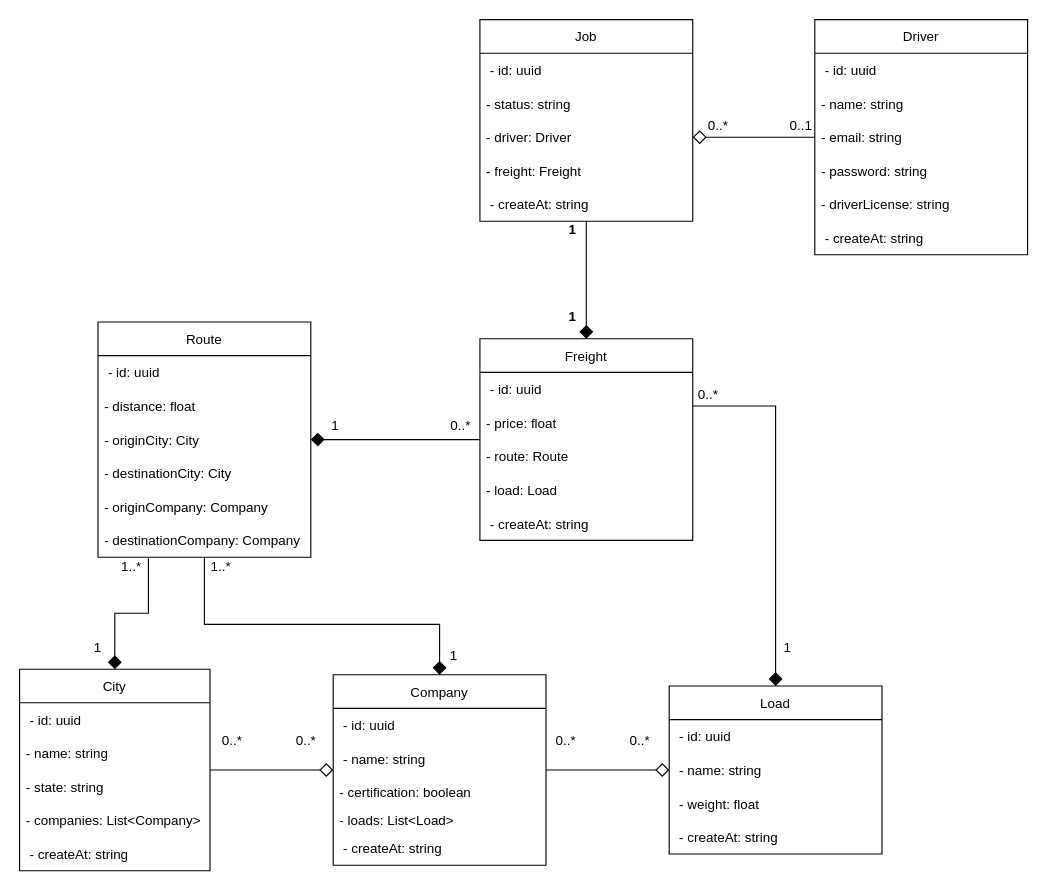
Earlier version of the draw.io diagram diagramaDeClasse-TecnologiaEmDesenvolvimentoDeSistemas.drawio (rafaelomodei/meufrete). Source tidied: cells renumbered, new cells numbered last; positions are measured from the earlier drawing's top-left corner, leaving out a move shared by most shapes. Both pictures are drawn from the tidied source at 112%, with x=0, y=0 at pixel (19, 19).
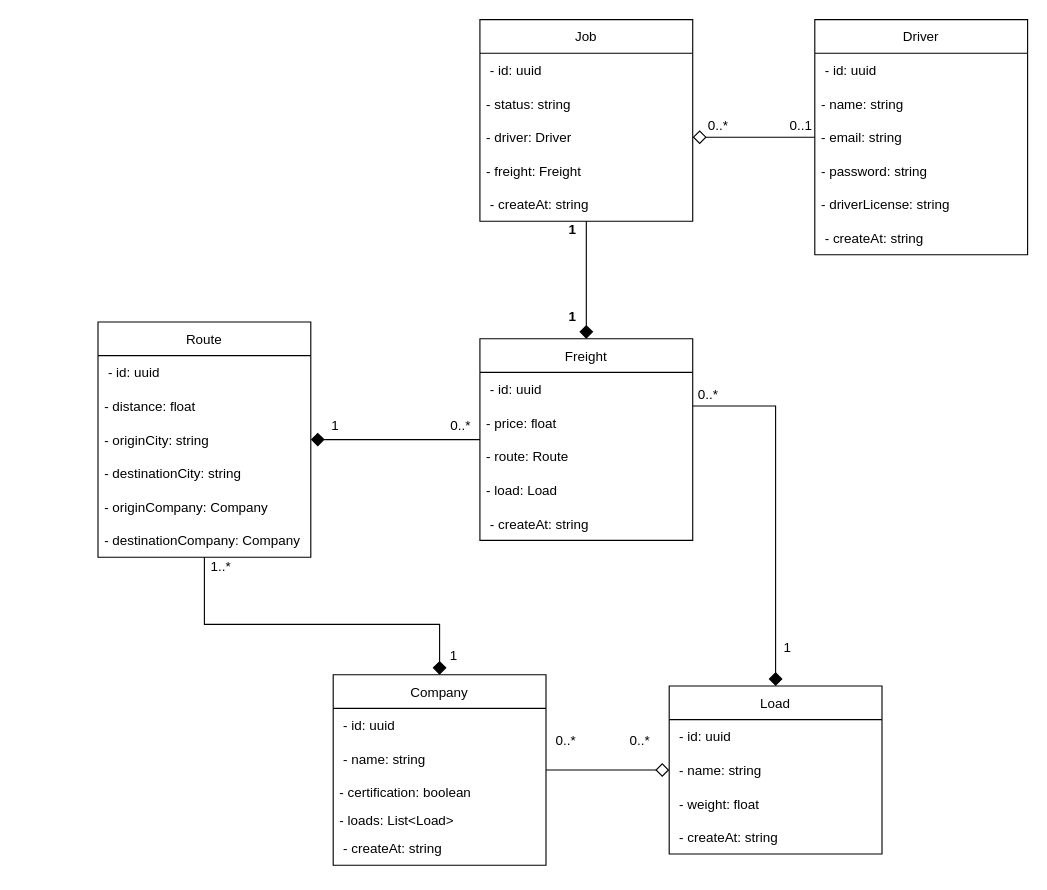
The same page after the edit.

The change refers to these unchanged cells:
```xml
<mxCell id="3" value="Company" style="swimlane;fontStyle=0;horizontal=1;startSize=30;" parent="1" vertex="1">
  <mxGeometry x="280" y="585" width="190" height="170" as="geometry" />
</mxCell>
<mxCell id="31" value="Route" style="swimlane;fontStyle=0;horizontal=1;startSize=30;" parent="1" vertex="1">
  <mxGeometry x="70" y="270" width="190" height="210" as="geometry" />
</mxCell>
<mxCell id="37" value="- destinationCompany: Company" style="text;strokeColor=none;fillColor=none;align=left;verticalAlign=middle;spacingLeft=4;spacingRight=4;overflow=hidden;points=[[0,0.5],[1,0.5]];portConstraint=eastwest;" parent="31" vertex="1">
  <mxGeometry y="180" width="190" height="30" as="geometry" />
</mxCell>
```

What changed in the source:
```diff
@@
-    <mxCell id="14" style="edgeStyle=orthogonalEdgeStyle;rounded=0;jettySize=auto;html=1;endSize=10;endArrow=diamond;endFill=0;" parent="1" edge="1" source="15" target="3">
-      <mxGeometry relative="1" as="geometry" />
-    </mxCell>
-    <mxCell id="15" value="City" style="swimlane;fontStyle=0;horizontal=1;startSize=30;" parent="1" vertex="1">
-      <mxGeometry y="580" width="170" height="180" as="geometry" />
-    </mxCell>
-    <mxCell id="16" value=" - id: uuid" style="text;strokeColor=none;fillColor=none;align=left;verticalAlign=middle;spacingLeft=4;spacingRight=4;overflow=hidden;" parent="15" vertex="1">
-      <mxGeometry y="30" width="170" height="30" as="geometry" />
-    </mxCell>
-    <mxCell id="17" value="- name: string" style="text;strokeColor=none;fillColor=none;align=left;verticalAlign=middle;spacingLeft=4;spacingRight=4;overflow=hidden;" parent="15" vertex="1">
-      <mxGeometry y="60" width="170" height="30" as="geometry" />
-    </mxCell>
-    <mxCell id="18" value="- state: string" style="text;strokeColor=none;fillColor=none;align=left;verticalAlign=middle;spacingLeft=4;spacingRight=4;overflow=hidden;" parent="15" vertex="1">
-      <mxGeometry y="90" width="170" height="30" as="geometry" />
-    </mxCell>
-    <mxCell id="19" value="- companies: List&lt;Company&gt;" style="text;strokeColor=none;fillColor=none;align=left;verticalAlign=middle;spacingLeft=4;spacingRight=4;overflow=hidden;" parent="15" vertex="1">
-      <mxGeometry y="120" width="170" height="30" as="geometry" />
-    </mxCell>
-    <mxCell id="20" value=" - createAt: string" style="text;strokeColor=none;fillColor=none;align=left;verticalAlign=middle;spacingLeft=4;spacingRight=4;overflow=hidden;" parent="15" vertex="1">
-      <mxGeometry y="150" width="170" height="30" as="geometry" />
-    </mxCell>
@@
-    <mxCell id="29" style="edgeStyle=orthogonalEdgeStyle;rounded=0;jettySize=auto;html=1;endSize=10;exitX=0.237;exitY=1.028;exitDx=0;exitDy=0;exitPerimeter=0;endArrow=diamond;endFill=1;" parent="1" edge="1" source="37" target="15">
-      <mxGeometry relative="1" as="geometry" />
-    </mxCell>
@@
-    <mxCell id="34" value="- originCity: City" style="text;strokeColor=none;fillColor=none;align=left;verticalAlign=middle;spacingLeft=4;spacingRight=4;overflow=hidden;points=[[0,0.5],[1,0.5]];portConstraint=eastwest;" parent="31" vertex="1">
+    <mxCell id="34" value="- originCity: string" style="text;strokeColor=none;fillColor=none;align=left;verticalAlign=middle;spacingLeft=4;spacingRight=4;overflow=hidden;points=[[0,0.5],[1,0.5]];portConstraint=eastwest;" parent="31" vertex="1">
       <mxGeometry y="90" width="190" height="30" as="geometry" />
     </mxCell>
-    <mxCell id="35" value="- destinationCity: City" style="text;strokeColor=none;fillColor=none;align=left;verticalAlign=middle;spacingLeft=4;spacingRight=4;overflow=hidden;" parent="31" vertex="1">
+    <mxCell id="35" value="- destinationCity: string" style="text;strokeColor=none;fillColor=none;align=left;verticalAlign=middle;spacingLeft=4;spacingRight=4;overflow=hidden;" parent="31" vertex="1">
       <mxGeometry y="120" width="190" height="30" as="geometry" />
     </mxCell>
@@
-    <mxCell id="61" value="1" style="text;html=1;strokeColor=none;fillColor=none;align=center;verticalAlign=middle;whiteSpace=wrap;rounded=0;" parent="1" vertex="1">
-      <mxGeometry x="60" y="556" width="20" height="10" as="geometry" />
-    </mxCell>
-    <mxCell id="62" value="1..*" style="text;html=1;strokeColor=none;fillColor=none;align=center;verticalAlign=middle;whiteSpace=wrap;rounded=0;" parent="1" vertex="1">
-      <mxGeometry x="90" y="484" width="20" height="10" as="geometry" />
-    </mxCell>
@@
-    <mxCell id="65" value="0..*" style="text;html=1;strokeColor=none;fillColor=none;align=center;verticalAlign=middle;whiteSpace=wrap;rounded=0;" parent="1" vertex="1">
-      <mxGeometry x="246" y="639" width="20" height="10" as="geometry" />
-    </mxCell>
-    <mxCell id="66" value="0..*" style="text;html=1;strokeColor=none;fillColor=none;align=center;verticalAlign=middle;whiteSpace=wrap;rounded=0;" parent="1" vertex="1">
-      <mxGeometry x="180" y="639" width="20" height="10" as="geometry" />
-    </mxCell>
```
